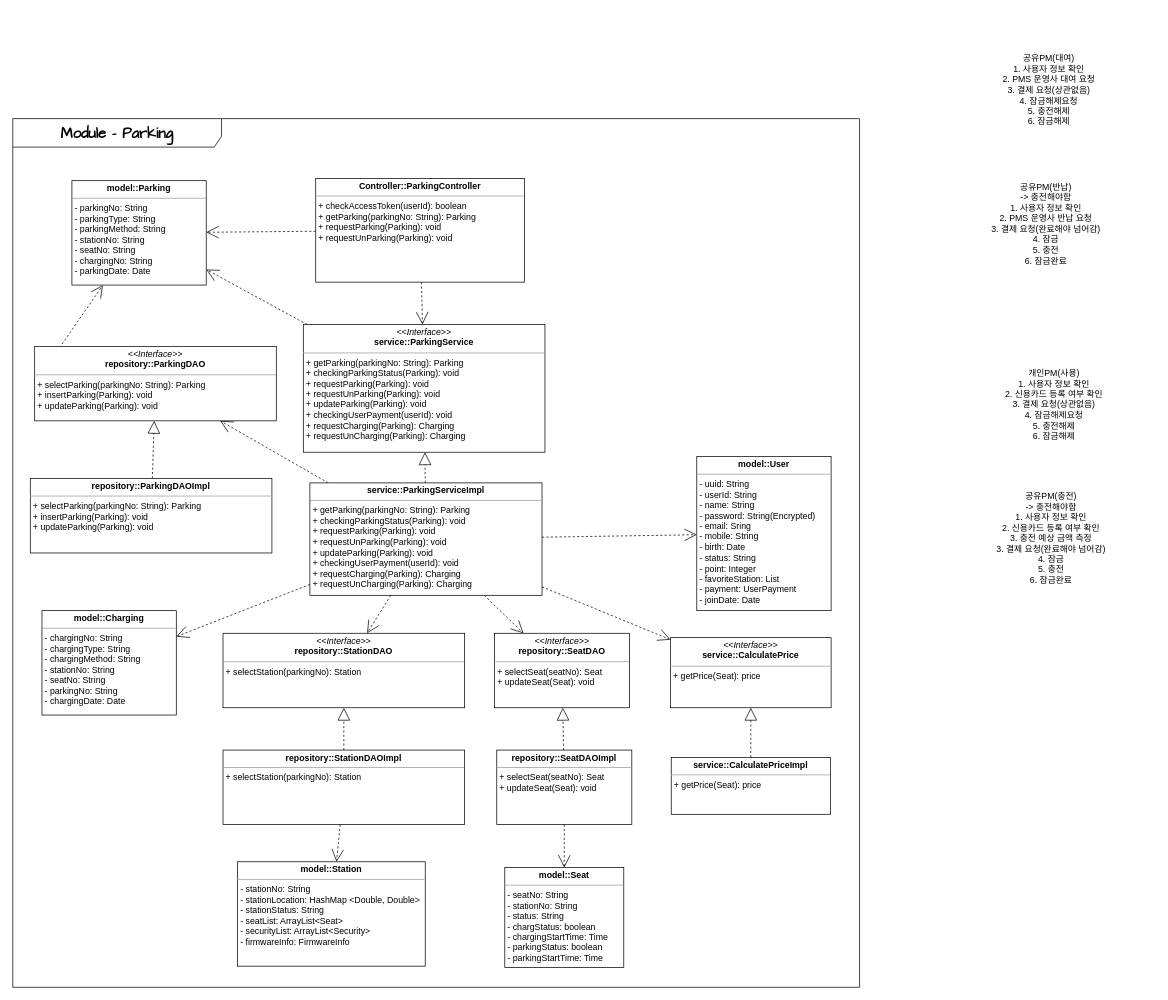
Before: Module/Parking(new).drawio in coldmu/aa_exam, a draw.io diagram. Source tidied: cells renumbered, new cells numbered last; positions are measured from the earlier drawing's top-left corner, leaving out a move shared by most shapes. Both pictures are drawn from the tidied source at 73%, with x=0, y=0 at pixel (12, 12).
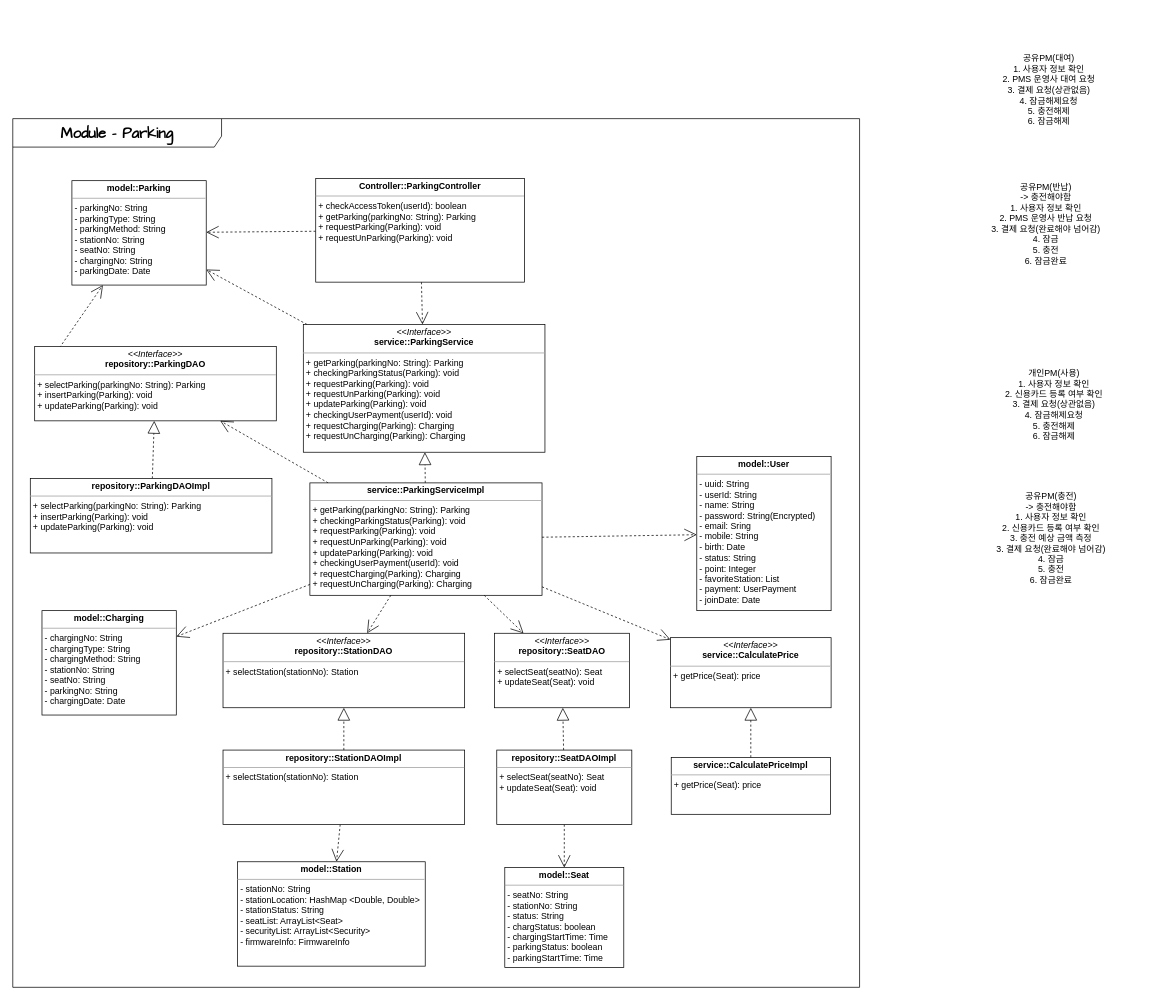
The same diagram, later.

Diff of the diagram source:
```diff
@@
-    <mxCell id="28" value="&lt;p style=&quot;margin:0px;margin-top:4px;text-align:center;&quot;&gt;&lt;i&gt;&amp;lt;&amp;lt;Interface&amp;gt;&amp;gt;&lt;/i&gt;&lt;br&gt;&lt;b style=&quot;background-color: initial;&quot;&gt;repository::StationDAO&lt;/b&gt;&lt;/p&gt;&lt;p style=&quot;margin:0px;margin-top:4px;text-align:center;&quot;&gt;&lt;/p&gt;&lt;hr size=&quot;1&quot;&gt;&lt;p style=&quot;margin:0px;margin-left:4px;&quot;&gt;+ selectStation(parkingNo): Station&lt;/p&gt;" style="verticalAlign=top;align=left;overflow=fill;fontSize=12;fontFamily=Helvetica;html=1;whiteSpace=wrap;" parent="1" vertex="1">
+    <mxCell id="28" value="&lt;p style=&quot;margin:0px;margin-top:4px;text-align:center;&quot;&gt;&lt;i&gt;&amp;lt;&amp;lt;Interface&amp;gt;&amp;gt;&lt;/i&gt;&lt;br&gt;&lt;b style=&quot;background-color: initial;&quot;&gt;repository::StationDAO&lt;/b&gt;&lt;/p&gt;&lt;p style=&quot;margin:0px;margin-top:4px;text-align:center;&quot;&gt;&lt;/p&gt;&lt;hr size=&quot;1&quot;&gt;&lt;p style=&quot;margin:0px;margin-left:4px;&quot;&gt;+ selectStation(stationNo): Station&lt;/p&gt;" style="verticalAlign=top;align=left;overflow=fill;fontSize=12;fontFamily=Helvetica;html=1;whiteSpace=wrap;" parent="1" vertex="1">
       <mxGeometry x="288" y="850" width="331" height="102" as="geometry" />
     </mxCell>
@@
-    <mxCell id="32" value="&lt;p style=&quot;margin:0px;margin-top:4px;text-align:center;&quot;&gt;&lt;b style=&quot;background-color: initial;&quot;&gt;repository::StationDAOImpl&lt;/b&gt;&lt;/p&gt;&lt;p style=&quot;margin:0px;margin-top:4px;text-align:center;&quot;&gt;&lt;/p&gt;&lt;hr size=&quot;1&quot;&gt;&lt;p style=&quot;margin:0px;margin-left:4px;&quot;&gt;+ selectStation(parkingNo): Station&lt;/p&gt;" style="verticalAlign=top;align=left;overflow=fill;fontSize=12;fontFamily=Helvetica;html=1;whiteSpace=wrap;" parent="1" vertex="1">
+    <mxCell id="32" value="&lt;p style=&quot;margin:0px;margin-top:4px;text-align:center;&quot;&gt;&lt;b style=&quot;background-color: initial;&quot;&gt;repository::StationDAOImpl&lt;/b&gt;&lt;/p&gt;&lt;p style=&quot;margin:0px;margin-top:4px;text-align:center;&quot;&gt;&lt;/p&gt;&lt;hr size=&quot;1&quot;&gt;&lt;p style=&quot;margin:0px;margin-left:4px;&quot;&gt;+ selectStation(stationNo): Station&lt;/p&gt;" style="verticalAlign=top;align=left;overflow=fill;fontSize=12;fontFamily=Helvetica;html=1;whiteSpace=wrap;" parent="1" vertex="1">
       <mxGeometry x="288" y="1010" width="331" height="102" as="geometry" />
     </mxCell>
```
